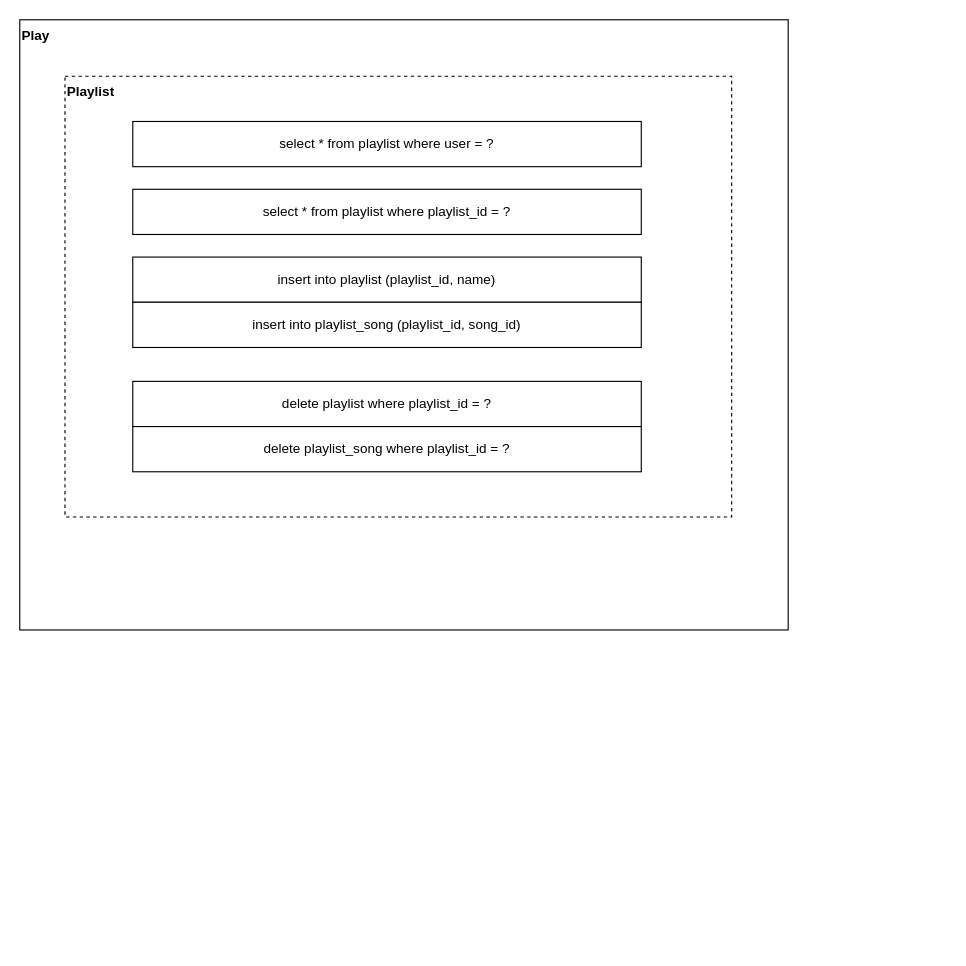
codegik/pocs keeps this draw.io diagram as architecture/mary-jane-store/03.data-structure.drawio. Above is the earlier version. Source tidied: cells renumbered, new cells numbered last; positions are measured from the earlier drawing's top-left corner, leaving out a move shared by most shapes. Both pictures are drawn from the tidied source at 113%, with x=0, y=0 at pixel (19, 19).
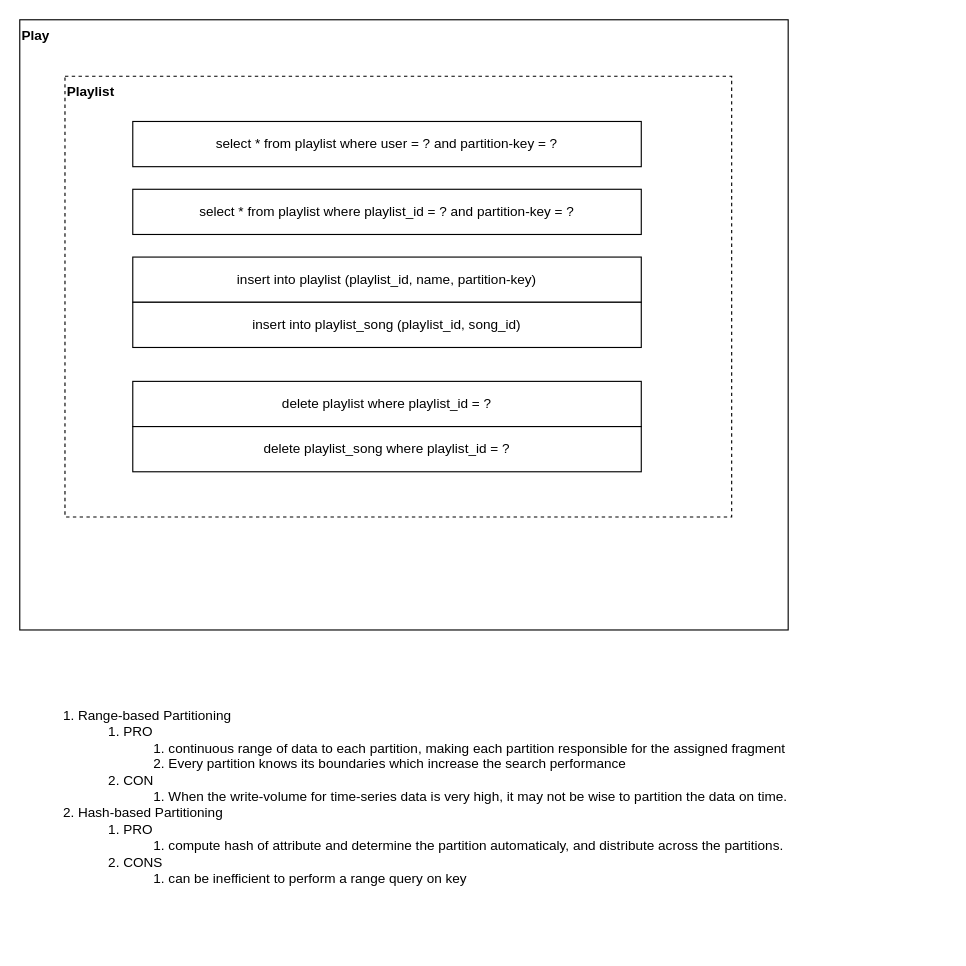
Above is the later version.

Diff of the diagram source:
```diff
@@
 <mxGraphModel>
   <root>
     <mxCell id="0" />
     <mxCell id="1" parent="0" />
     <mxCell id="2" value="Play" style="rounded=0;whiteSpace=wrap;html=1;align=left;verticalAlign=top;fontStyle=1;" parent="1" vertex="1">
       <mxGeometry width="680" height="540" as="geometry" />
     </mxCell>
     <mxCell id="3" value="Playlist" style="rounded=0;whiteSpace=wrap;html=1;align=left;verticalAlign=top;dashed=1;fontStyle=1;" parent="1" vertex="1">
       <mxGeometry x="40" y="50" width="590" height="390" as="geometry" />
     </mxCell>
-    <mxCell id="4" value="select * from playlist where user = ?" style="rounded=0;whiteSpace=wrap;html=1;" parent="1" vertex="1">
+    <mxCell id="4" value="select * from playlist where user = ? and partition-key = ?" style="rounded=0;whiteSpace=wrap;html=1;" parent="1" vertex="1">
       <mxGeometry x="100" y="90" width="450" height="40" as="geometry" />
     </mxCell>
-    <mxCell id="5" value="select * from playlist where playlist_id = ?" style="rounded=0;whiteSpace=wrap;html=1;" parent="1" vertex="1">
+    <mxCell id="5" value="select * from playlist where playlist_id = ? and partition-key = ?" style="rounded=0;whiteSpace=wrap;html=1;" parent="1" vertex="1">
       <mxGeometry x="100" y="150" width="450" height="40" as="geometry" />
     </mxCell>
-    <mxCell id="6" value="insert into playlist (playlist_id, name)" style="rounded=0;whiteSpace=wrap;html=1;" parent="1" vertex="1">
+    <mxCell id="6" value="insert into playlist (playlist_id, name, partition-key)" style="rounded=0;whiteSpace=wrap;html=1;" parent="1" vertex="1">
       <mxGeometry x="100" y="210" width="450" height="40" as="geometry" />
     </mxCell>
     <mxCell id="7" value="delete playlist where playlist_id = ?" style="rounded=0;whiteSpace=wrap;html=1;" parent="1" vertex="1">
       <mxGeometry x="100" y="320" width="450" height="40" as="geometry" />
     </mxCell>
     <mxCell id="8" value="insert into playlist_song (playlist_id, song_id)" style="rounded=0;whiteSpace=wrap;html=1;" parent="1" vertex="1">
       <mxGeometry x="100" y="250" width="450" height="40" as="geometry" />
     </mxCell>
     <mxCell id="9" value="delete playlist_song where playlist_id = ?" style="rounded=0;whiteSpace=wrap;html=1;" parent="1" vertex="1">
       <mxGeometry x="100" y="360" width="450" height="40" as="geometry" />
     </mxCell>
+    <mxCell id="10" value="&lt;ol&gt;&lt;li&gt;Range-based Partitioning&lt;/li&gt;&lt;ol&gt;&lt;li&gt;PRO&lt;/li&gt;&lt;ol&gt;&lt;li&gt;continuous range of data to each partition, making each partition responsible for the assigned fragment&lt;/li&gt;&lt;li&gt;Every partition knows its boundaries which increase the search performance&lt;/li&gt;&lt;/ol&gt;&lt;li&gt;CON&lt;/li&gt;&lt;ol&gt;&lt;li&gt;When the write-volume for time-series data is very high, it may not be wise to partition the data on time.&lt;/li&gt;&lt;/ol&gt;&lt;/ol&gt;&lt;li&gt;Hash-based Partitioning &lt;br&gt;&lt;/li&gt;&lt;ol&gt;&lt;li&gt;PRO&lt;/li&gt;&lt;ol&gt;&lt;li&gt;compute hash of attribute and determine the partition automaticaly, and distribute across the partitions.&lt;br&gt;&lt;/li&gt;&lt;/ol&gt;&lt;li&gt;CONS&lt;/li&gt;&lt;ol&gt;&lt;li&gt;can be inefficient to perform a range query on key&lt;br&gt;&lt;/li&gt;&lt;/ol&gt;&lt;/ol&gt;&lt;/ol&gt;" style="text;html=1;strokeColor=none;fillColor=none;align=left;verticalAlign=top;whiteSpace=wrap;rounded=0;" parent="1" vertex="1">
+      <mxGeometry x="10" y="590" width="810" height="230" as="geometry" />
+    </mxCell>
   </root>
 </mxGraphModel>
```
